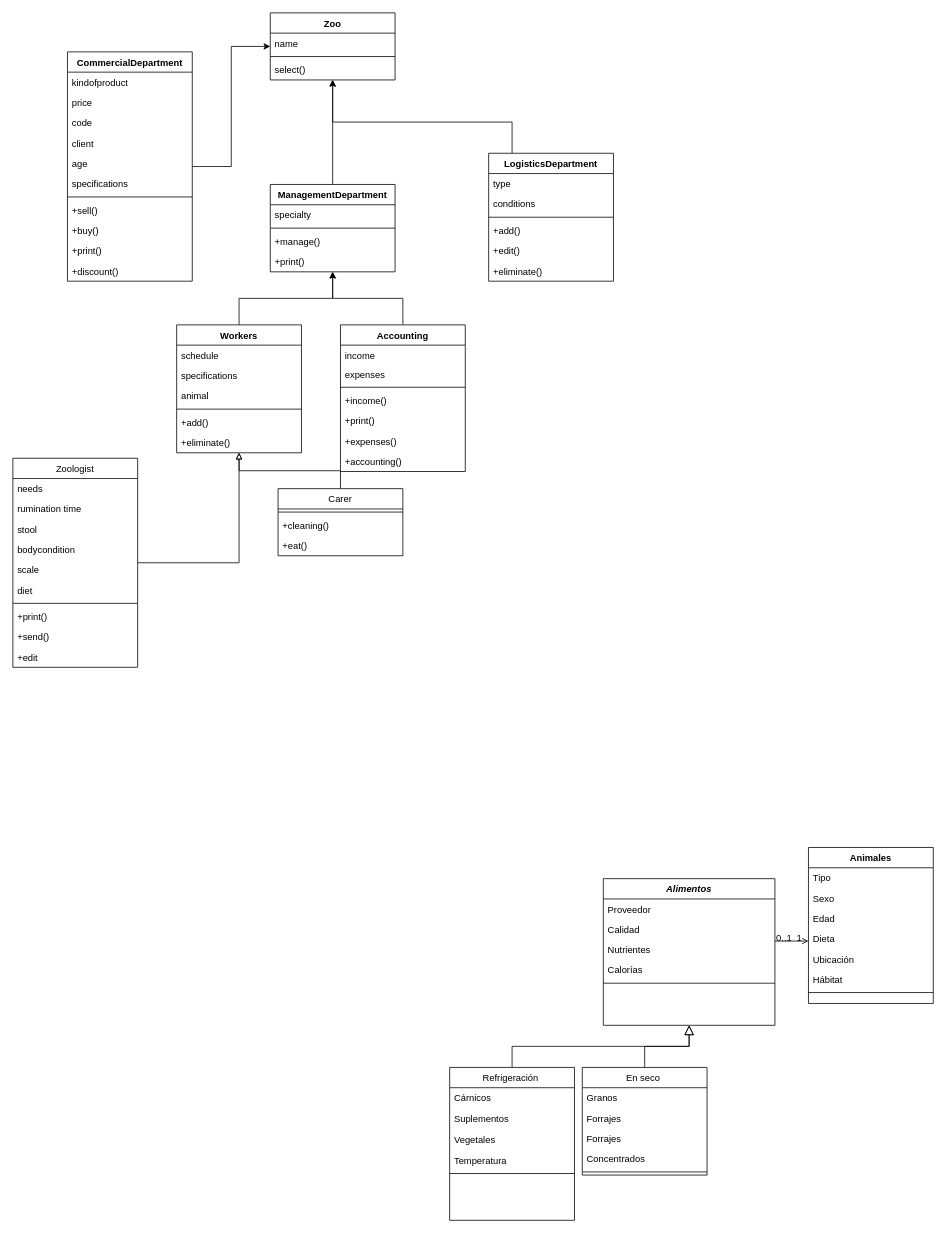
Above: Diagrama sin título.drawio in jhongarciap/Diagrama-de-clases-zoologico (draw.io), before the change. Source tidied: cells renumbered, new cells numbered last; positions are measured from the earlier drawing's top-left corner, leaving out a move shared by most shapes. Both pictures are drawn from the tidied source at 78%, with x=0, y=0 at pixel (12, 12).
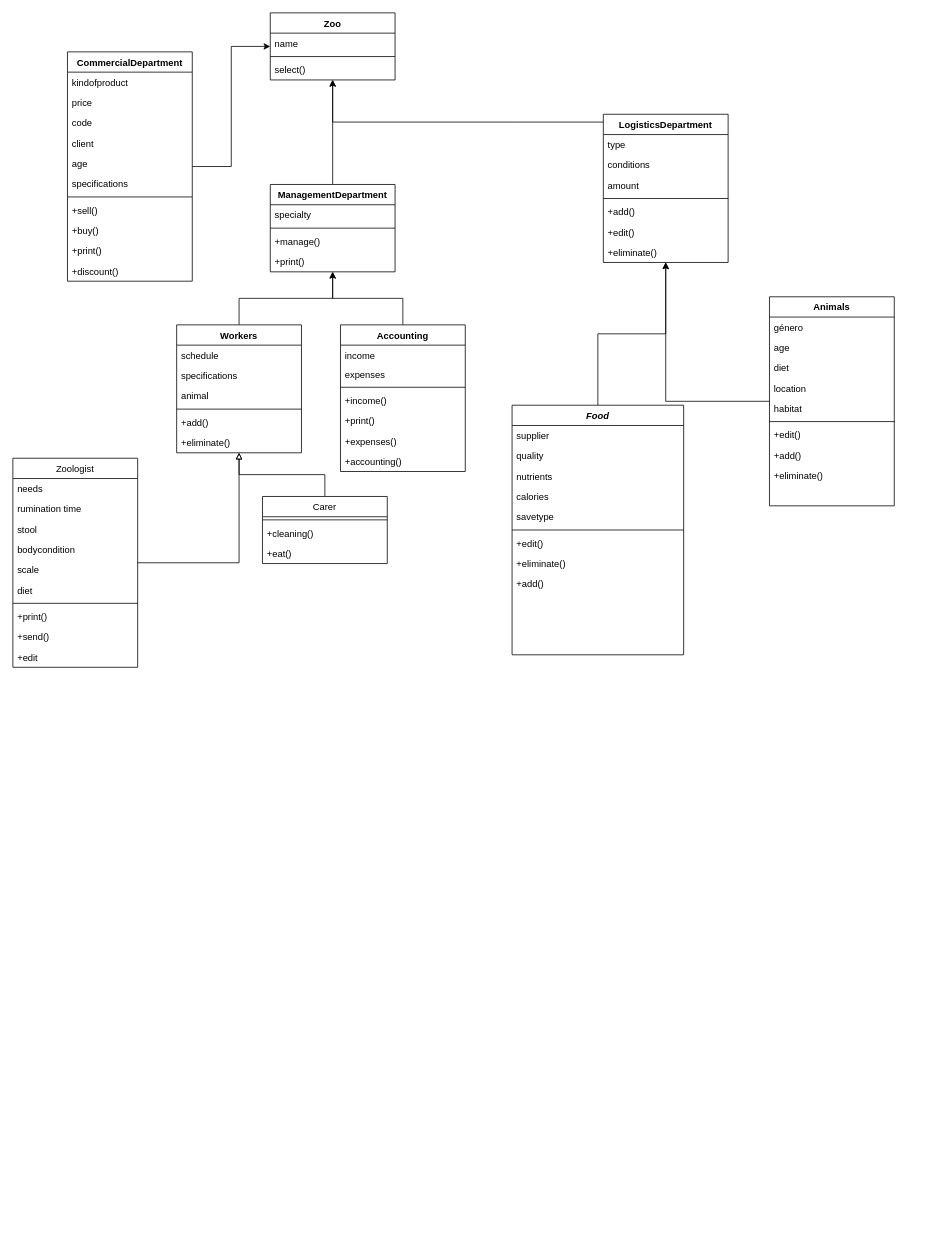
After the change.

Diff of the diagram source:
```diff
@@
+    <mxCell id="98" style="edgeStyle=orthogonalEdgeStyle;rounded=0;jettySize=auto;html=1;" parent="1" edge="1" source="2" target="82">
+      <mxGeometry relative="1" as="geometry" />
+    </mxCell>
-    <mxCell id="2" value="Alimentos" style="swimlane;fontStyle=3;align=center;verticalAlign=top;horizontal=1;startSize=26;rounded=0;shadow=0;strokeWidth=1;" parent="1" vertex="1">
-      <mxGeometry x="757" y="1110" width="220" height="188" as="geometry" />
+    <mxCell id="2" value="Food" style="swimlane;fontStyle=3;align=center;verticalAlign=top;horizontal=1;startSize=26;rounded=0;shadow=0;strokeWidth=1;" parent="1" vertex="1">
+      <mxGeometry x="640" y="503" width="220" height="320" as="geometry" />
     </mxCell>
-    <mxCell id="3" value="Proveedor " style="text;align=left;verticalAlign=top;spacingLeft=4;spacingRight=4;overflow=hidden;" parent="2" vertex="1">
+    <mxCell id="3" value="supplier" style="text;align=left;verticalAlign=top;spacingLeft=4;spacingRight=4;overflow=hidden;" parent="2" vertex="1">
       <mxGeometry y="26" width="220" height="26" as="geometry" />
     </mxCell>
-    <mxCell id="4" value="Calidad" style="text;align=left;verticalAlign=top;spacingLeft=4;spacingRight=4;overflow=hidden;rounded=0;shadow=0;html=0;" parent="2" vertex="1">
+    <mxCell id="4" value="quality" style="text;align=left;verticalAlign=top;spacingLeft=4;spacingRight=4;overflow=hidden;rounded=0;shadow=0;html=0;" parent="2" vertex="1">
       <mxGeometry y="52" width="220" height="26" as="geometry" />
     </mxCell>
-    <mxCell id="5" value="Nutrientes " style="text;align=left;verticalAlign=top;spacingLeft=4;spacingRight=4;overflow=hidden;rounded=0;shadow=0;html=0;" parent="2" vertex="1">
+    <mxCell id="5" value="nutrients" style="text;align=left;verticalAlign=top;spacingLeft=4;spacingRight=4;overflow=hidden;rounded=0;shadow=0;html=0;" parent="2" vertex="1">
       <mxGeometry y="78" width="220" height="26" as="geometry" />
     </mxCell>
-    <mxCell id="6" value="Calorías" style="text;align=left;verticalAlign=top;spacingLeft=4;spacingRight=4;overflow=hidden;rounded=0;shadow=0;html=0;" parent="2" vertex="1">
+    <mxCell id="6" value="calories" style="text;align=left;verticalAlign=top;spacingLeft=4;spacingRight=4;overflow=hidden;rounded=0;shadow=0;html=0;" parent="2" vertex="1">
       <mxGeometry y="104" width="220" height="26" as="geometry" />
     </mxCell>
+    <mxCell id="99" value="savetype" style="text;align=left;verticalAlign=top;spacingLeft=4;spacingRight=4;overflow=hidden;rounded=0;shadow=0;html=0;" parent="2" vertex="1">
+      <mxGeometry y="130" width="220" height="26" as="geometry" />
+    </mxCell>
     <mxCell id="7" style="line;html=1;strokeWidth=1;align=left;verticalAlign=middle;spacingTop=-1;spacingLeft=3;spacingRight=3;labelPosition=right;" parent="2" vertex="1">
-      <mxGeometry y="130" width="220" height="8" as="geometry" />
+      <mxGeometry y="156" width="220" height="8" as="geometry" />
     </mxCell>
-    <mxCell id="8" value="Refrigeración " style="swimlane;fontStyle=0;align=center;verticalAlign=top;horizontal=1;startSize=26;rounded=0;shadow=0;strokeWidth=1;" parent="1" vertex="1">
-      <mxGeometry x="560" y="1352" width="160" height="196" as="geometry" />
-    </mxCell>
-    <mxCell id="9" value="Cárnicos " style="text;align=left;verticalAlign=top;spacingLeft=4;spacingRight=4;overflow=hidden;" parent="8" vertex="1">
-      <mxGeometry y="26" width="160" height="26" as="geometry" />
-    </mxCell>
-    <mxCell id="10" value="Suplementos " style="text;align=left;verticalAlign=top;spacingLeft=4;spacingRight=4;overflow=hidden;rounded=0;shadow=0;html=0;" parent="8" vertex="1">
-      <mxGeometry y="52" width="160" height="28" as="geometry" />
-    </mxCell>
-    <mxCell id="11" value="Vegetales" style="text;align=left;verticalAlign=top;spacingLeft=4;spacingRight=4;overflow=hidden;rounded=0;shadow=0;html=0;" parent="8" vertex="1">
-      <mxGeometry y="80" width="160" height="26" as="geometry" />
-    </mxCell>
-    <mxCell id="12" value="Temperatura" style="text;align=left;verticalAlign=top;spacingLeft=4;spacingRight=4;overflow=hidden;rounded=0;shadow=0;html=0;" parent="8" vertex="1">
-      <mxGeometry y="106" width="160" height="26" as="geometry" />
-    </mxCell>
-    <mxCell id="13" style="line;html=1;strokeWidth=1;align=left;verticalAlign=middle;spacingTop=-1;spacingLeft=3;spacingRight=3;labelPosition=right;" parent="8" vertex="1">
-      <mxGeometry y="132" width="160" height="8" as="geometry" />
-    </mxCell>
-    <mxCell id="14" style="endArrow=block;endSize=10;endFill=0;shadow=0;strokeWidth=1;rounded=0;edgeStyle=elbowEdgeStyle;elbow=vertical;" parent="1" edge="1" source="8" target="2">
-      <mxGeometry relative="1" as="geometry" />
-    </mxCell>
-    <mxCell id="15" value="En seco " style="swimlane;fontStyle=0;align=center;verticalAlign=top;horizontal=1;startSize=26;rounded=0;shadow=0;strokeWidth=1;" parent="1" vertex="1">
-      <mxGeometry x="730" y="1352" width="160" height="138" as="geometry" />
-    </mxCell>
-    <mxCell id="16" value="Granos" style="text;align=left;verticalAlign=top;spacingLeft=4;spacingRight=4;overflow=hidden;" parent="15" vertex="1">
-      <mxGeometry y="26" width="160" height="26" as="geometry" />
-    </mxCell>
-    <mxCell id="17" value="Forrajes" style="text;align=left;verticalAlign=top;spacingLeft=4;spacingRight=4;overflow=hidden;" parent="15" vertex="1">
-      <mxGeometry y="52" width="160" height="26" as="geometry" />
-    </mxCell>
-    <mxCell id="18" value="Forrajes" style="text;align=left;verticalAlign=top;spacingLeft=4;spacingRight=4;overflow=hidden;" parent="15" vertex="1">
-      <mxGeometry y="78" width="160" height="26" as="geometry" />
-    </mxCell>
-    <mxCell id="19" value="Concentrados " style="text;align=left;verticalAlign=top;spacingLeft=4;spacingRight=4;overflow=hidden;" parent="15" vertex="1">
-      <mxGeometry y="104" width="160" height="26" as="geometry" />
-    </mxCell>
-    <mxCell id="20" style="line;html=1;strokeWidth=1;align=left;verticalAlign=middle;spacingTop=-1;spacingLeft=3;spacingRight=3;labelPosition=right;" parent="15" vertex="1">
-      <mxGeometry y="130" width="160" height="8" as="geometry" />
-    </mxCell>
-    <mxCell id="21" style="endArrow=block;endSize=10;endFill=0;shadow=0;strokeWidth=1;rounded=0;edgeStyle=elbowEdgeStyle;elbow=vertical;" parent="1" edge="1" source="15" target="2">
-      <mxGeometry relative="1" as="geometry" />
-    </mxCell>
+    <mxCell id="100" value="+edit()" style="text;strokeColor=none;fillColor=none;align=left;verticalAlign=top;spacingLeft=4;spacingRight=4;overflow=hidden;" parent="2" vertex="1">
+      <mxGeometry y="164" width="220" height="26" as="geometry" />
+    </mxCell>
+    <mxCell id="101" value="+eliminate()" style="text;strokeColor=none;fillColor=none;align=left;verticalAlign=top;spacingLeft=4;spacingRight=4;overflow=hidden;" parent="2" vertex="1">
+      <mxGeometry y="190" width="220" height="26" as="geometry" />
+    </mxCell>
+    <mxCell id="102" value="+add()" style="text;strokeColor=none;fillColor=none;align=left;verticalAlign=top;spacingLeft=4;spacingRight=4;overflow=hidden;" parent="2" vertex="1">
+      <mxGeometry y="216" width="220" height="26" as="geometry" />
+    </mxCell>
+    <mxCell id="103" style="edgeStyle=orthogonalEdgeStyle;rounded=0;jettySize=auto;html=1;" parent="1" edge="1" source="22" target="82">
+      <mxGeometry relative="1" as="geometry" />
+    </mxCell>
-    <mxCell id="22" value="Animales" style="swimlane;fontStyle=1;align=center;verticalAlign=top;horizontal=1;startSize=26;rounded=0;shadow=0;strokeWidth=1;" parent="1" vertex="1">
-      <mxGeometry x="1020" y="1070" width="160" height="200" as="geometry" />
+    <mxCell id="22" value="Animals" style="swimlane;fontStyle=1;align=center;verticalAlign=top;horizontal=1;startSize=26;rounded=0;shadow=0;strokeWidth=1;" parent="1" vertex="1">
+      <mxGeometry x="970" y="364" width="160" height="268" as="geometry" />
     </mxCell>
-    <mxCell id="23" value="Tipo" style="text;align=left;verticalAlign=top;spacingLeft=4;spacingRight=4;overflow=hidden;" parent="22" vertex="1">
-      <mxGeometry y="26" width="160" height="26" as="geometry" />
-    </mxCell>
-    <mxCell id="24" value="Sexo" style="text;align=left;verticalAlign=top;spacingLeft=4;spacingRight=4;overflow=hidden;rounded=0;shadow=0;html=0;" parent="22" vertex="1">
-      <mxGeometry y="52" width="160" height="26" as="geometry" />
+    <mxCell id="24" value="género" style="text;align=left;verticalAlign=top;spacingLeft=4;spacingRight=4;overflow=hidden;rounded=0;shadow=0;html=0;" parent="22" vertex="1">
+      <mxGeometry y="26" width="160" height="26" as="geometry" />
     </mxCell>
-    <mxCell id="25" value="Edad " style="text;align=left;verticalAlign=top;spacingLeft=4;spacingRight=4;overflow=hidden;rounded=0;shadow=0;html=0;" parent="22" vertex="1">
-      <mxGeometry y="78" width="160" height="26" as="geometry" />
+    <mxCell id="25" value="age" style="text;align=left;verticalAlign=top;spacingLeft=4;spacingRight=4;overflow=hidden;rounded=0;shadow=0;html=0;" parent="22" vertex="1">
+      <mxGeometry y="52" width="160" height="26" as="geometry" />
     </mxCell>
-    <mxCell id="26" value="Dieta " style="text;align=left;verticalAlign=top;spacingLeft=4;spacingRight=4;overflow=hidden;rounded=0;shadow=0;html=0;" parent="22" vertex="1">
-      <mxGeometry y="104" width="160" height="26" as="geometry" />
+    <mxCell id="26" value="diet" style="text;align=left;verticalAlign=top;spacingLeft=4;spacingRight=4;overflow=hidden;rounded=0;shadow=0;html=0;" parent="22" vertex="1">
+      <mxGeometry y="78" width="160" height="26" as="geometry" />
     </mxCell>
-    <mxCell id="27" value="Ubicación " style="text;align=left;verticalAlign=top;spacingLeft=4;spacingRight=4;overflow=hidden;rounded=0;shadow=0;html=0;" parent="22" vertex="1">
-      <mxGeometry y="130" width="160" height="26" as="geometry" />
+    <mxCell id="27" value="location" style="text;align=left;verticalAlign=top;spacingLeft=4;spacingRight=4;overflow=hidden;rounded=0;shadow=0;html=0;" parent="22" vertex="1">
+      <mxGeometry y="104" width="160" height="26" as="geometry" />
     </mxCell>
-    <mxCell id="28" value="Hábitat " style="text;align=left;verticalAlign=top;spacingLeft=4;spacingRight=4;overflow=hidden;rounded=0;shadow=0;html=0;" parent="22" vertex="1">
-      <mxGeometry y="156" width="160" height="26" as="geometry" />
+    <mxCell id="28" value="habitat" style="text;align=left;verticalAlign=top;spacingLeft=4;spacingRight=4;overflow=hidden;rounded=0;shadow=0;html=0;" parent="22" vertex="1">
+      <mxGeometry y="130" width="160" height="26" as="geometry" />
     </mxCell>
     <mxCell id="29" style="line;html=1;strokeWidth=1;align=left;verticalAlign=middle;spacingTop=-1;spacingLeft=3;spacingRight=3;labelPosition=right;" parent="22" vertex="1">
-      <mxGeometry y="182" width="160" height="8" as="geometry" />
+      <mxGeometry y="156" width="160" height="8" as="geometry" />
     </mxCell>
-    <mxCell id="30" style="endArrow=open;shadow=0;strokeWidth=1;rounded=0;endFill=1;edgeStyle=elbowEdgeStyle;elbow=vertical;" parent="1" edge="1" source="2" target="22">
-      <mxGeometry x="0.5" y="41" relative="1" as="geometry">
-        <mxPoint x="-40" y="32" as="offset" />
-      </mxGeometry>
-    </mxCell>
-    <mxCell id="31" value="0..1" style="align=left;verticalAlign=bottom;labelBackgroundColor=none;fontSize=12;" parent="30" vertex="1">
-      <mxGeometry x="-1" relative="1" as="geometry">
-        <mxPoint y="4" as="offset" />
-      </mxGeometry>
-    </mxCell>
-    <mxCell id="32" value="1" style="align=right;verticalAlign=bottom;labelBackgroundColor=none;fontSize=12;" parent="30" vertex="1">
-      <mxGeometry x="1" relative="1" as="geometry">
-        <mxPoint x="-7" y="4" as="offset" />
-      </mxGeometry>
-    </mxCell>
+    <mxCell id="104" value="+edit()" style="text;strokeColor=none;fillColor=none;align=left;verticalAlign=top;spacingLeft=4;spacingRight=4;overflow=hidden;" parent="22" vertex="1">
+      <mxGeometry y="164" width="160" height="26" as="geometry" />
+    </mxCell>
+    <mxCell id="105" value="+add()" style="text;strokeColor=none;fillColor=none;align=left;verticalAlign=top;spacingLeft=4;spacingRight=4;overflow=hidden;" parent="22" vertex="1">
+      <mxGeometry y="190" width="160" height="26" as="geometry" />
+    </mxCell>
+    <mxCell id="106" value="+eliminate()" style="text;strokeColor=none;fillColor=none;align=left;verticalAlign=top;spacingLeft=4;spacingRight=4;overflow=hidden;" parent="22" vertex="1">
+      <mxGeometry y="216" width="160" height="26" as="geometry" />
+    </mxCell>
@@
     <mxCell id="34" value="Carer" style="swimlane;fontStyle=0;align=center;verticalAlign=top;horizontal=1;startSize=26;" parent="1" vertex="1">
-      <mxGeometry x="340" y="610" width="160" height="86" as="geometry" />
+      <mxGeometry x="320" y="620" width="160" height="86" as="geometry" />
     </mxCell>
@@
     <mxCell id="82" value="LogisticsDepartment" style="swimlane;fontStyle=1;align=center;verticalAlign=top;horizontal=1;startSize=26;" parent="1" vertex="1">
-      <mxGeometry x="610" y="180" width="160" height="164" as="geometry" />
+      <mxGeometry x="757" y="130" width="160" height="190" as="geometry" />
     </mxCell>
@@
+    <mxCell id="107" value="conditions" style="text;strokeColor=none;fillColor=none;align=left;verticalAlign=top;spacingLeft=4;spacingRight=4;overflow=hidden;" parent="82" vertex="1">
+      <mxGeometry y="52" width="160" height="26" as="geometry" />
+    </mxCell>
-    <mxCell id="84" value="conditions" style="text;strokeColor=none;fillColor=none;align=left;verticalAlign=top;spacingLeft=4;spacingRight=4;overflow=hidden;" parent="82" vertex="1">
-      <mxGeometry y="52" width="160" height="26" as="geometry" />
+    <mxCell id="84" value="amount" style="text;strokeColor=none;fillColor=none;align=left;verticalAlign=top;spacingLeft=4;spacingRight=4;overflow=hidden;" parent="82" vertex="1">
+      <mxGeometry y="78" width="160" height="26" as="geometry" />
     </mxCell>
     <mxCell id="85" style="line;strokeWidth=1;fillColor=none;align=left;verticalAlign=middle;spacingTop=-1;spacingLeft=3;spacingRight=3;labelPosition=right;strokeColor=inherit;" parent="82" vertex="1">
-      <mxGeometry y="78" width="160" height="8" as="geometry" />
+      <mxGeometry y="104" width="160" height="8" as="geometry" />
     </mxCell>
     <mxCell id="86" value="+add()" style="text;strokeColor=none;fillColor=none;align=left;verticalAlign=top;spacingLeft=4;spacingRight=4;overflow=hidden;" parent="82" vertex="1">
-      <mxGeometry y="86" width="160" height="26" as="geometry" />
+      <mxGeometry y="112" width="160" height="26" as="geometry" />
     </mxCell>
     <mxCell id="87" value="+edit()" style="text;strokeColor=none;fillColor=none;align=left;verticalAlign=top;spacingLeft=4;spacingRight=4;overflow=hidden;" parent="82" vertex="1">
-      <mxGeometry y="112" width="160" height="26" as="geometry" />
+      <mxGeometry y="138" width="160" height="26" as="geometry" />
     </mxCell>
     <mxCell id="88" value="+eliminate()" style="text;strokeColor=none;fillColor=none;align=left;verticalAlign=top;spacingLeft=4;spacingRight=4;overflow=hidden;" parent="82" vertex="1">
-      <mxGeometry y="138" width="160" height="26" as="geometry" />
+      <mxGeometry y="164" width="160" height="26" as="geometry" />
     </mxCell>
```
